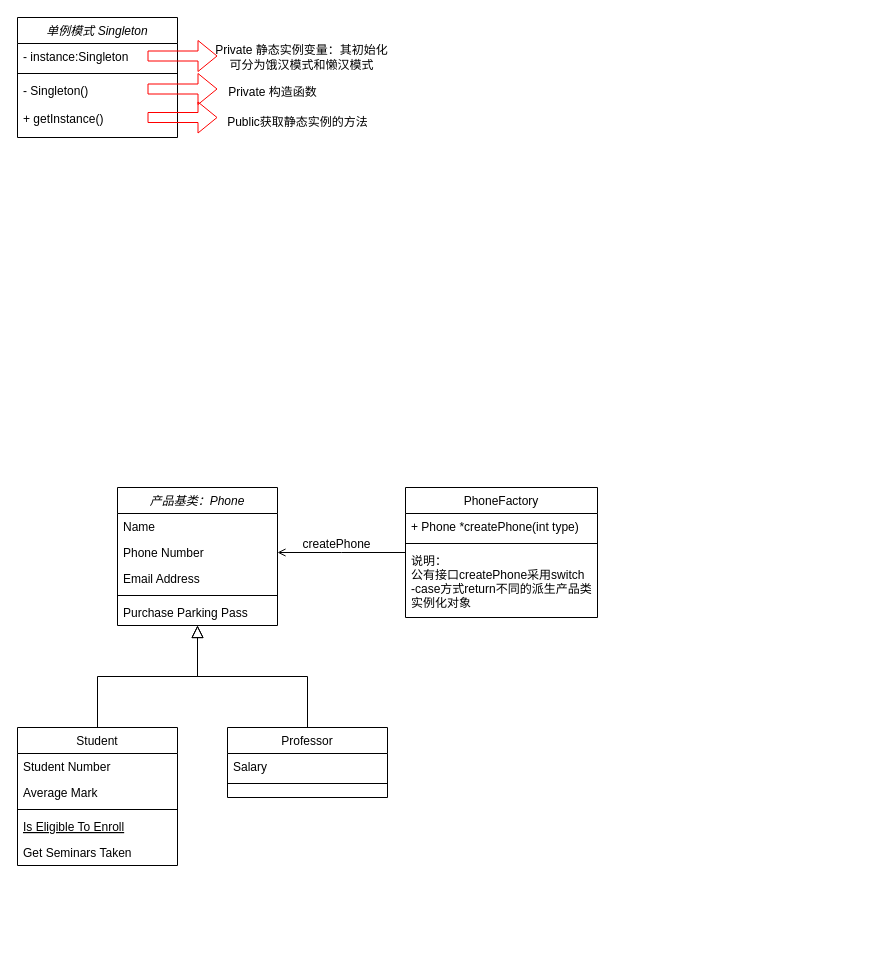
Before: 设计模式学习.drawio in AkiraZheng/diagrams, a draw.io diagram. Source tidied: cells renumbered, new cells numbered last; positions are measured from the earlier drawing's top-left corner, leaving out a move shared by most shapes. Both pictures are drawn from the tidied source at 100%, with x=0, y=0 at pixel (17, 17).
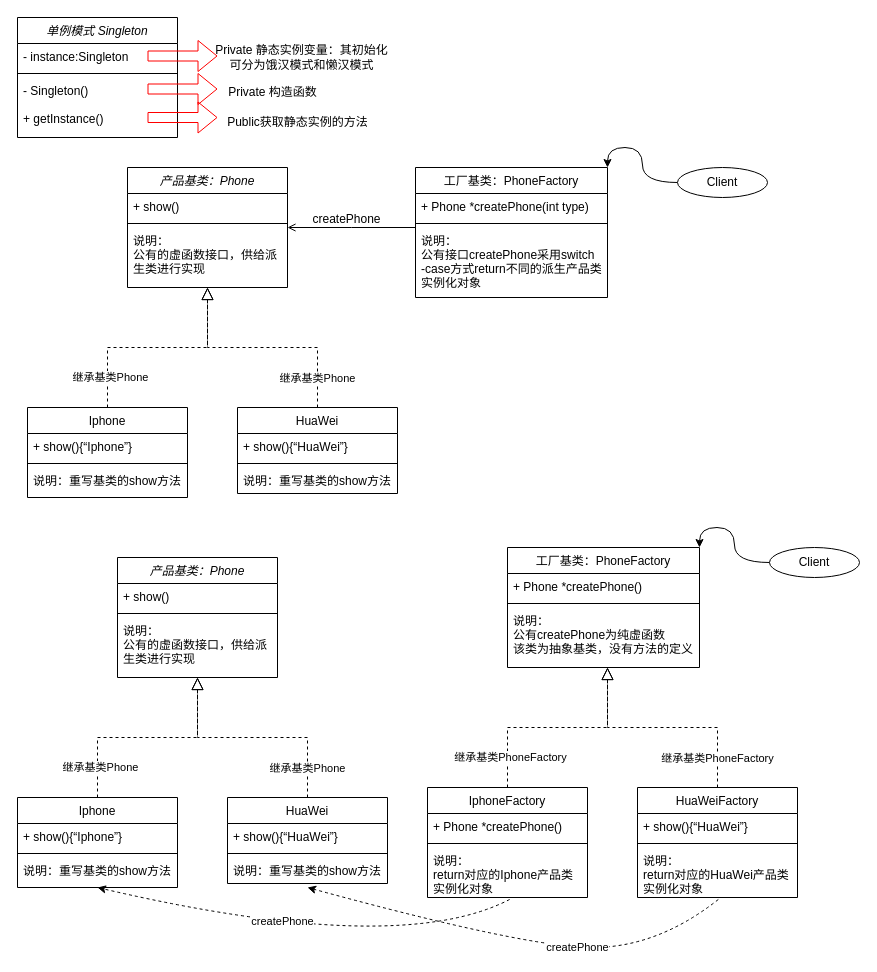
Above is the later version.

Commit message (it also covers changes not shown here):
更新设计模式学习.drawio

Diff of the diagram source:
```diff
@@
     <mxCell id="2" value="产品基类：Phone" style="swimlane;fontStyle=2;align=center;verticalAlign=top;horizontal=1;startSize=26;rounded=0;shadow=0;strokeWidth=1;" parent="1" vertex="1">
-      <mxGeometry x="100" y="470" width="160" height="138" as="geometry" />
+      <mxGeometry x="110" y="150" width="160" height="120" as="geometry" />
     </mxCell>
-    <mxCell id="3" value="Name" style="text;align=left;verticalAlign=top;spacingLeft=4;spacingRight=4;overflow=hidden;" parent="2" vertex="1">
+    <mxCell id="3" value="+ show()" style="text;align=left;verticalAlign=top;spacingLeft=4;spacingRight=4;overflow=hidden;" parent="2" vertex="1">
       <mxGeometry y="26" width="160" height="26" as="geometry" />
     </mxCell>
-    <mxCell id="4" value="Phone Number" style="text;align=left;verticalAlign=top;spacingLeft=4;spacingRight=4;overflow=hidden;rounded=0;shadow=0;html=0;" parent="2" vertex="1">
-      <mxGeometry y="52" width="160" height="26" as="geometry" />
-    </mxCell>
-    <mxCell id="5" value="Email Address" style="text;align=left;verticalAlign=top;spacingLeft=4;spacingRight=4;overflow=hidden;rounded=0;shadow=0;html=0;" parent="2" vertex="1">
-      <mxGeometry y="78" width="160" height="26" as="geometry" />
-    </mxCell>
     <mxCell id="6" style="line;html=1;strokeWidth=1;align=left;verticalAlign=middle;spacingTop=-1;spacingLeft=3;spacingRight=3;labelPosition=right;" parent="2" vertex="1">
-      <mxGeometry y="104" width="160" height="8" as="geometry" />
+      <mxGeometry y="52" width="160" height="8" as="geometry" />
     </mxCell>
-    <mxCell id="7" value="Purchase Parking Pass" style="text;align=left;verticalAlign=top;spacingLeft=4;spacingRight=4;overflow=hidden;" parent="2" vertex="1">
-      <mxGeometry y="112" width="160" height="26" as="geometry" />
+    <mxCell id="7" value="说明：&#10;公有的虚函数接口，供给派&#10;生类进行实现" style="text;align=left;verticalAlign=top;spacingLeft=4;spacingRight=4;overflow=hidden;" parent="2" vertex="1">
+      <mxGeometry y="60" width="160" height="50" as="geometry" />
     </mxCell>
-    <mxCell id="8" value="Student" style="swimlane;fontStyle=0;align=center;verticalAlign=top;horizontal=1;startSize=26;rounded=0;shadow=0;strokeWidth=1;" parent="1" vertex="1">
-      <mxGeometry y="710" width="160" height="138" as="geometry" />
+    <mxCell id="8" value="Iphone" style="swimlane;fontStyle=0;align=center;verticalAlign=top;horizontal=1;startSize=26;rounded=0;shadow=0;strokeWidth=1;" parent="1" vertex="1">
+      <mxGeometry x="10" y="390" width="160" height="90" as="geometry" />
     </mxCell>
-    <mxCell id="9" value="Student Number" style="text;align=left;verticalAlign=top;spacingLeft=4;spacingRight=4;overflow=hidden;" parent="8" vertex="1">
+    <mxCell id="9" value="+ show(){“Iphone”}" style="text;align=left;verticalAlign=top;spacingLeft=4;spacingRight=4;overflow=hidden;" parent="8" vertex="1">
       <mxGeometry y="26" width="160" height="26" as="geometry" />
     </mxCell>
-    <mxCell id="10" value="Average Mark" style="text;align=left;verticalAlign=top;spacingLeft=4;spacingRight=4;overflow=hidden;rounded=0;shadow=0;html=0;" parent="8" vertex="1">
-      <mxGeometry y="52" width="160" height="26" as="geometry" />
-    </mxCell>
     <mxCell id="11" style="line;html=1;strokeWidth=1;align=left;verticalAlign=middle;spacingTop=-1;spacingLeft=3;spacingRight=3;labelPosition=right;" parent="8" vertex="1">
-      <mxGeometry y="78" width="160" height="8" as="geometry" />
+      <mxGeometry y="52" width="160" height="8" as="geometry" />
     </mxCell>
-    <mxCell id="12" value="Is Eligible To Enroll" style="text;align=left;verticalAlign=top;spacingLeft=4;spacingRight=4;overflow=hidden;fontStyle=4;" parent="8" vertex="1">
-      <mxGeometry y="86" width="160" height="26" as="geometry" />
+    <mxCell id="12" value="说明：重写基类的show方法" style="text;align=left;verticalAlign=top;spacingLeft=4;spacingRight=4;overflow=hidden;fontStyle=0;" parent="8" vertex="1">
+      <mxGeometry y="60" width="160" height="26" as="geometry" />
     </mxCell>
-    <mxCell id="13" value="Get Seminars Taken" style="text;align=left;verticalAlign=top;spacingLeft=4;spacingRight=4;overflow=hidden;" parent="8" vertex="1">
-      <mxGeometry y="112" width="160" height="26" as="geometry" />
-    </mxCell>
-    <mxCell id="14" style="endArrow=block;endSize=10;endFill=0;shadow=0;strokeWidth=1;rounded=0;edgeStyle=elbowEdgeStyle;elbow=vertical;" parent="1" edge="1" source="8" target="2">
+    <mxCell id="14" style="endArrow=block;endSize=10;endFill=0;shadow=0;strokeWidth=1;rounded=0;edgeStyle=elbowEdgeStyle;elbow=vertical;dashed=1;" parent="1" edge="1" source="8" target="2">
       <mxGeometry relative="1" as="geometry" />
     </mxCell>
+    <mxCell id="36" value="继承基类Phone" style="edgeLabel;html=1;align=center;verticalAlign=middle;" parent="14" vertex="1">
+      <mxGeometry x="-0.72" y="-2" relative="1" as="geometry" />
+    </mxCell>
-    <mxCell id="15" value="Professor" style="swimlane;fontStyle=0;align=center;verticalAlign=top;horizontal=1;startSize=26;rounded=0;shadow=0;strokeWidth=1;" parent="1" vertex="1">
-      <mxGeometry x="210" y="710" width="160" height="70" as="geometry" />
+    <mxCell id="15" value="HuaWei" style="swimlane;fontStyle=0;align=center;verticalAlign=top;horizontal=1;startSize=26;rounded=0;shadow=0;strokeWidth=1;" parent="1" vertex="1">
+      <mxGeometry x="220" y="390" width="160" height="86" as="geometry" />
     </mxCell>
-    <mxCell id="16" value="Salary" style="text;align=left;verticalAlign=top;spacingLeft=4;spacingRight=4;overflow=hidden;" parent="15" vertex="1">
+    <mxCell id="16" value="+ show(){“HuaWei”}" style="text;align=left;verticalAlign=top;spacingLeft=4;spacingRight=4;overflow=hidden;" parent="15" vertex="1">
       <mxGeometry y="26" width="160" height="26" as="geometry" />
     </mxCell>
@@
+    <mxCell id="37" value="说明：重写基类的show方法" style="text;align=left;verticalAlign=top;spacingLeft=4;spacingRight=4;overflow=hidden;fontStyle=0;" parent="15" vertex="1">
+      <mxGeometry y="60" width="160" height="26" as="geometry" />
+    </mxCell>
-    <mxCell id="18" style="endArrow=block;endSize=10;endFill=0;shadow=0;strokeWidth=1;rounded=0;edgeStyle=elbowEdgeStyle;elbow=vertical;" parent="1" edge="1" source="15" target="2">
+    <mxCell id="18" style="endArrow=block;endSize=10;endFill=0;shadow=0;strokeWidth=1;rounded=0;edgeStyle=elbowEdgeStyle;elbow=vertical;dashed=1;" parent="1" edge="1" source="15" target="2">
       <mxGeometry relative="1" as="geometry" />
     </mxCell>
+    <mxCell id="38" value="继承基类Phone" style="edgeLabel;html=1;align=center;verticalAlign=middle;" parent="18" vertex="1">
+      <mxGeometry x="-0.74" y="1" relative="1" as="geometry" />
+    </mxCell>
-    <mxCell id="19" value="PhoneFactory" style="swimlane;fontStyle=0;align=center;verticalAlign=top;horizontal=1;startSize=26;rounded=0;shadow=0;strokeWidth=1;" parent="1" vertex="1">
-      <mxGeometry x="388" y="470" width="192" height="130" as="geometry" />
+    <mxCell id="19" value="工厂基类：PhoneFactory" style="swimlane;fontStyle=0;align=center;verticalAlign=top;horizontal=1;startSize=26;rounded=0;shadow=0;strokeWidth=1;" parent="1" vertex="1">
+      <mxGeometry x="398" y="150" width="192" height="130" as="geometry" />
     </mxCell>
@@
+    <mxCell id="39" style="edgeStyle=orthogonalEdgeStyle;rounded=0;jettySize=auto;html=1;exitX=0;exitY=0.5;exitDx=0;exitDy=0;entryX=1;entryY=0;entryDx=0;entryDy=0;curved=1;" parent="1" edge="1" source="40" target="19">
+      <mxGeometry relative="1" as="geometry" />
+    </mxCell>
+    <mxCell id="40" value="Client" style="ellipse;whiteSpace=wrap;html=1;" parent="1" vertex="1">
+      <mxGeometry x="660" y="150" width="90" height="30" as="geometry" />
+    </mxCell>
+    <mxCell id="41" value="产品基类：Phone" style="swimlane;fontStyle=2;align=center;verticalAlign=top;horizontal=1;startSize=26;rounded=0;shadow=0;strokeWidth=1;" parent="1" vertex="1">
+      <mxGeometry x="100" y="540" width="160" height="120" as="geometry" />
+    </mxCell>
+    <mxCell id="42" value="+ show()" style="text;align=left;verticalAlign=top;spacingLeft=4;spacingRight=4;overflow=hidden;" parent="41" vertex="1">
+      <mxGeometry y="26" width="160" height="26" as="geometry" />
+    </mxCell>
+    <mxCell id="43" style="line;html=1;strokeWidth=1;align=left;verticalAlign=middle;spacingTop=-1;spacingLeft=3;spacingRight=3;labelPosition=right;" parent="41" vertex="1">
+      <mxGeometry y="52" width="160" height="8" as="geometry" />
+    </mxCell>
+    <mxCell id="44" value="说明：&#10;公有的虚函数接口，供给派&#10;生类进行实现" style="text;align=left;verticalAlign=top;spacingLeft=4;spacingRight=4;overflow=hidden;" parent="41" vertex="1">
+      <mxGeometry y="60" width="160" height="50" as="geometry" />
+    </mxCell>
+    <mxCell id="45" value="Iphone" style="swimlane;fontStyle=0;align=center;verticalAlign=top;horizontal=1;startSize=26;rounded=0;shadow=0;strokeWidth=1;" parent="1" vertex="1">
+      <mxGeometry y="780" width="160" height="90" as="geometry" />
+    </mxCell>
+    <mxCell id="46" value="+ show(){“Iphone”}" style="text;align=left;verticalAlign=top;spacingLeft=4;spacingRight=4;overflow=hidden;" parent="45" vertex="1">
+      <mxGeometry y="26" width="160" height="26" as="geometry" />
+    </mxCell>
+    <mxCell id="47" style="line;html=1;strokeWidth=1;align=left;verticalAlign=middle;spacingTop=-1;spacingLeft=3;spacingRight=3;labelPosition=right;" parent="45" vertex="1">
+      <mxGeometry y="52" width="160" height="8" as="geometry" />
+    </mxCell>
+    <mxCell id="48" value="说明：重写基类的show方法" style="text;align=left;verticalAlign=top;spacingLeft=4;spacingRight=4;overflow=hidden;fontStyle=0;" parent="45" vertex="1">
+      <mxGeometry y="60" width="160" height="26" as="geometry" />
+    </mxCell>
+    <mxCell id="49" style="endArrow=block;endSize=10;endFill=0;shadow=0;strokeWidth=1;rounded=0;edgeStyle=elbowEdgeStyle;elbow=vertical;dashed=1;" parent="1" edge="1" source="45" target="41">
+      <mxGeometry relative="1" as="geometry" />
+    </mxCell>
+    <mxCell id="50" value="继承基类Phone" style="edgeLabel;html=1;align=center;verticalAlign=middle;" parent="49" vertex="1">
+      <mxGeometry x="-0.72" y="-2" relative="1" as="geometry" />
+    </mxCell>
+    <mxCell id="51" value="HuaWei" style="swimlane;fontStyle=0;align=center;verticalAlign=top;horizontal=1;startSize=26;rounded=0;shadow=0;strokeWidth=1;" parent="1" vertex="1">
+      <mxGeometry x="210" y="780" width="160" height="86" as="geometry" />
+    </mxCell>
+    <mxCell id="52" value="+ show(){“HuaWei”}" style="text;align=left;verticalAlign=top;spacingLeft=4;spacingRight=4;overflow=hidden;" parent="51" vertex="1">
+      <mxGeometry y="26" width="160" height="26" as="geometry" />
+    </mxCell>
+    <mxCell id="53" style="line;html=1;strokeWidth=1;align=left;verticalAlign=middle;spacingTop=-1;spacingLeft=3;spacingRight=3;labelPosition=right;" parent="51" vertex="1">
+      <mxGeometry y="52" width="160" height="8" as="geometry" />
+    </mxCell>
+    <mxCell id="54" value="说明：重写基类的show方法" style="text;align=left;verticalAlign=top;spacingLeft=4;spacingRight=4;overflow=hidden;points=[[0,0.5],[1,0.5]];portConstraint=eastwest;fontStyle=0;" parent="51" vertex="1">
+      <mxGeometry y="60" width="160" height="26" as="geometry" />
+    </mxCell>
+    <mxCell id="55" style="endArrow=block;endSize=10;endFill=0;shadow=0;strokeWidth=1;rounded=0;edgeStyle=elbowEdgeStyle;elbow=vertical;dashed=1;" parent="1" edge="1" source="51" target="41">
+      <mxGeometry relative="1" as="geometry" />
+    </mxCell>
+    <mxCell id="56" value="继承基类Phone" style="edgeLabel;html=1;align=center;verticalAlign=middle;" parent="55" vertex="1">
+      <mxGeometry x="-0.74" y="1" relative="1" as="geometry" />
+    </mxCell>
+    <mxCell id="57" value="工厂基类：PhoneFactory" style="swimlane;fontStyle=0;align=center;verticalAlign=top;horizontal=1;startSize=26;rounded=0;shadow=0;strokeWidth=1;" parent="1" vertex="1">
+      <mxGeometry x="490" y="530" width="192" height="120" as="geometry" />
+    </mxCell>
+    <mxCell id="58" value="+ Phone *createPhone()" style="text;align=left;verticalAlign=top;spacingLeft=4;spacingRight=4;overflow=hidden;" parent="57" vertex="1">
+      <mxGeometry y="26" width="192" height="26" as="geometry" />
+    </mxCell>
+    <mxCell id="59" style="line;html=1;strokeWidth=1;align=left;verticalAlign=middle;spacingTop=-1;spacingLeft=3;spacingRight=3;labelPosition=right;" parent="57" vertex="1">
+      <mxGeometry y="52" width="192" height="8" as="geometry" />
+    </mxCell>
+    <mxCell id="60" value="说明：&#10;公有createPhone为纯虚函数&#10;该类为抽象基类，没有方法的定义" style="text;align=left;verticalAlign=top;spacingLeft=4;spacingRight=4;overflow=hidden;" parent="57" vertex="1">
+      <mxGeometry y="60" width="192" height="50" as="geometry" />
+    </mxCell>
+    <mxCell id="61" style="edgeStyle=orthogonalEdgeStyle;rounded=0;jettySize=auto;html=1;exitX=0;exitY=0.5;exitDx=0;exitDy=0;entryX=1;entryY=0;entryDx=0;entryDy=0;curved=1;" parent="1" edge="1" source="62" target="57">
+      <mxGeometry relative="1" as="geometry" />
+    </mxCell>
+    <mxCell id="62" value="Client" style="ellipse;whiteSpace=wrap;html=1;" parent="1" vertex="1">
+      <mxGeometry x="752" y="530" width="90" height="30" as="geometry" />
+    </mxCell>
+    <mxCell id="63" value="IphoneFactory" style="swimlane;fontStyle=0;align=center;verticalAlign=top;horizontal=1;startSize=26;rounded=0;shadow=0;strokeWidth=1;" parent="1" vertex="1">
+      <mxGeometry x="410" y="770" width="160" height="110" as="geometry" />
+    </mxCell>
+    <mxCell id="64" value="+ Phone *createPhone()" style="text;align=left;verticalAlign=top;spacingLeft=4;spacingRight=4;overflow=hidden;" parent="63" vertex="1">
+      <mxGeometry y="26" width="160" height="26" as="geometry" />
+    </mxCell>
+    <mxCell id="65" style="line;html=1;strokeWidth=1;align=left;verticalAlign=middle;spacingTop=-1;spacingLeft=3;spacingRight=3;labelPosition=right;" parent="63" vertex="1">
+      <mxGeometry y="52" width="160" height="8" as="geometry" />
+    </mxCell>
+    <mxCell id="66" value="说明：&#10;return对应的Iphone产品类&#10;实例化对象" style="text;align=left;verticalAlign=top;spacingLeft=4;spacingRight=4;overflow=hidden;points=[[0,0.5],[1,0.5]];portConstraint=eastwest;fontStyle=0;" parent="63" vertex="1">
+      <mxGeometry y="60" width="160" height="50" as="geometry" />
+    </mxCell>
+    <mxCell id="67" style="endArrow=block;endSize=10;endFill=0;shadow=0;strokeWidth=1;rounded=0;edgeStyle=elbowEdgeStyle;elbow=vertical;dashed=1;" parent="1" edge="1" source="63">
+      <mxGeometry relative="1" as="geometry">
+        <mxPoint x="590" y="650" as="targetPoint" />
+      </mxGeometry>
+    </mxCell>
+    <mxCell id="68" value="继承基类PhoneFactory" style="edgeLabel;html=1;align=center;verticalAlign=middle;" parent="67" vertex="1">
+      <mxGeometry x="-0.72" y="-2" relative="1" as="geometry" />
+    </mxCell>
+    <mxCell id="69" value="HuaWeiFactory" style="swimlane;fontStyle=0;align=center;verticalAlign=top;horizontal=1;startSize=26;rounded=0;shadow=0;strokeWidth=1;" parent="1" vertex="1">
+      <mxGeometry x="620" y="770" width="160" height="110" as="geometry" />
+    </mxCell>
+    <mxCell id="70" value="+ show(){“HuaWei”}" style="text;align=left;verticalAlign=top;spacingLeft=4;spacingRight=4;overflow=hidden;" parent="69" vertex="1">
+      <mxGeometry y="26" width="160" height="26" as="geometry" />
+    </mxCell>
+    <mxCell id="71" style="line;html=1;strokeWidth=1;align=left;verticalAlign=middle;spacingTop=-1;spacingLeft=3;spacingRight=3;labelPosition=right;" parent="69" vertex="1">
+      <mxGeometry y="52" width="160" height="8" as="geometry" />
+    </mxCell>
+    <mxCell id="72" value="说明：&#10;return对应的HuaWei产品类&#10;实例化对象" style="text;align=left;verticalAlign=top;spacingLeft=4;spacingRight=4;overflow=hidden;points=[[0,0.5],[1,0.5]];portConstraint=eastwest;fontStyle=0;" parent="69" vertex="1">
+      <mxGeometry y="60" width="160" height="50" as="geometry" />
+    </mxCell>
+    <mxCell id="73" style="endArrow=block;endSize=10;endFill=0;shadow=0;strokeWidth=1;rounded=0;edgeStyle=elbowEdgeStyle;elbow=vertical;dashed=1;" parent="1" edge="1" source="69">
+      <mxGeometry relative="1" as="geometry">
+        <mxPoint x="590" y="650" as="targetPoint" />
+      </mxGeometry>
+    </mxCell>
+    <mxCell id="74" value="继承基类PhoneFactory" style="edgeLabel;html=1;align=center;verticalAlign=middle;" parent="73" vertex="1">
+      <mxGeometry x="-0.74" y="1" relative="1" as="geometry" />
+    </mxCell>
+    <mxCell id="75" style="curved=1;endArrow=classic;html=1;rounded=0;dashed=1;entryX=0.5;entryY=1;entryDx=0;entryDy=0;exitX=0.513;exitY=1.04;exitDx=0;exitDy=0;exitPerimeter=0;" parent="1" edge="1" source="66" target="45">
+      <mxGeometry relative="1" as="geometry">
+        <Array as="points">
+          <mxPoint x="380" y="940" />
+        </Array>
+      </mxGeometry>
+    </mxCell>
+    <mxCell id="76" value="createPhone" style="edgeLabel;html=1;align=center;verticalAlign=middle;" parent="75" vertex="1">
+      <mxGeometry x="0.14" y="-9" relative="1" as="geometry">
+        <mxPoint x="1" as="offset" />
+      </mxGeometry>
+    </mxCell>
+    <mxCell id="77" style="curved=1;endArrow=classic;html=1;rounded=0;dashed=1;entryX=0.5;entryY=1.154;entryDx=0;entryDy=0;exitX=0.505;exitY=1.04;exitDx=0;exitDy=0;exitPerimeter=0;entryPerimeter=0;" parent="1" edge="1" source="72" target="54">
+      <mxGeometry relative="1" as="geometry">
+        <Array as="points">
+          <mxPoint x="640" y="930" />
+          <mxPoint x="510" y="930" />
+        </Array>
+      </mxGeometry>
+    </mxCell>
+    <mxCell id="78" value="createPhone" style="edgeLabel;html=1;align=center;verticalAlign=middle;" parent="77" vertex="1">
+      <mxGeometry x="0.11" y="-2" relative="1" as="geometry">
+        <mxPoint x="82" y="11" as="offset" />
+      </mxGeometry>
+    </mxCell>
```
